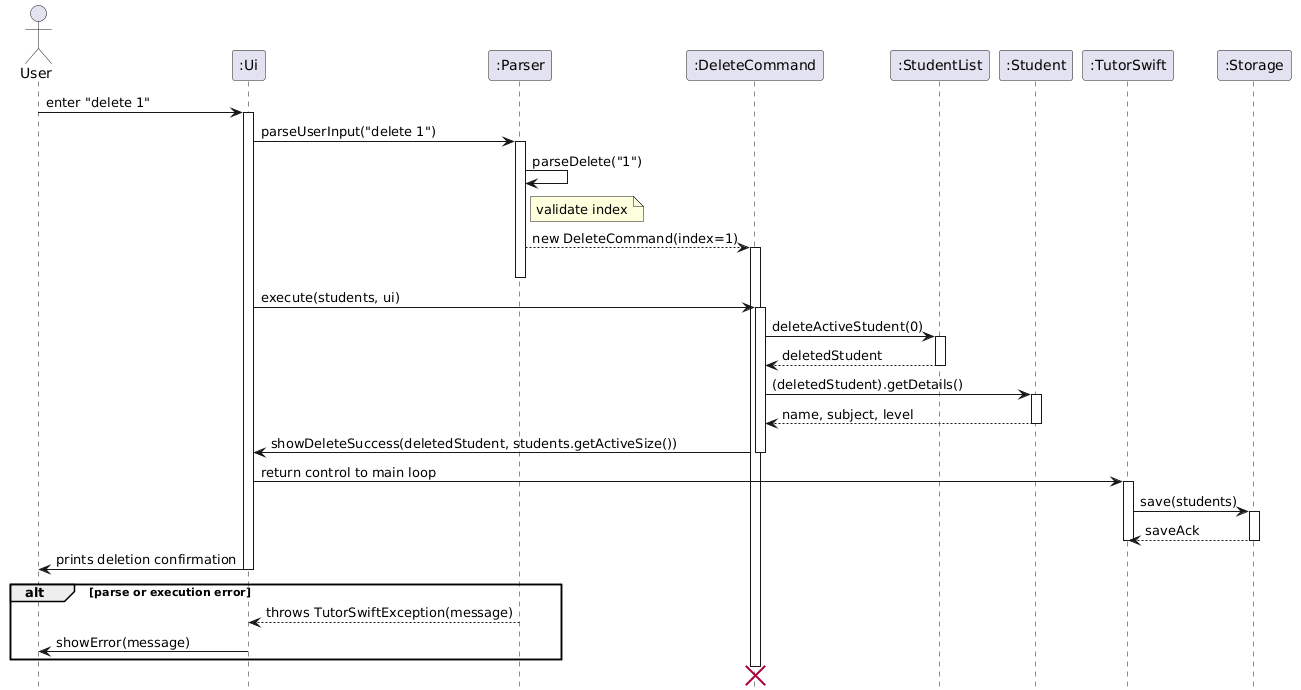
Before: docs/images/LogicSequenceDiagram.png, a diagram exported from PlantUML (gabriel-550/tp).
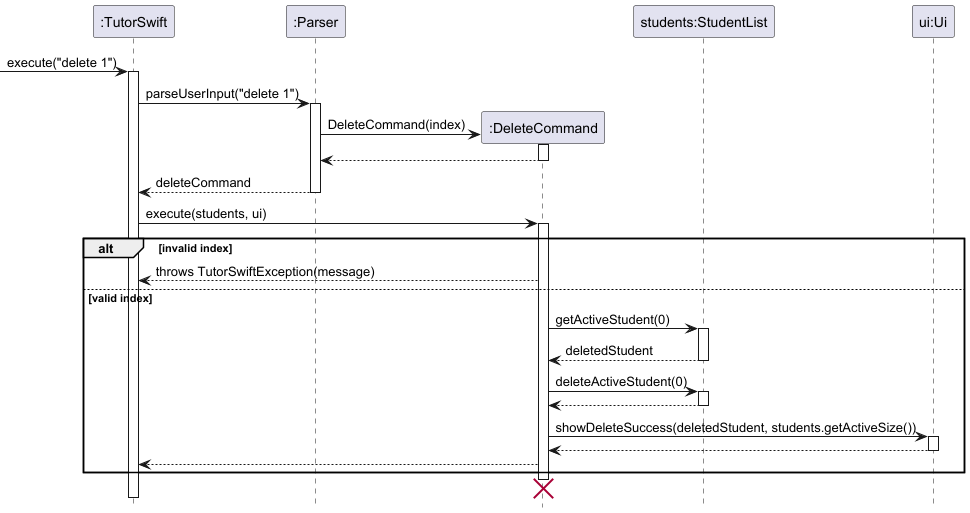
Above is the later version.

Diff of the diagram source:
```diff
@@ -1,57 +1,54 @@
 @startuml
 hide footbox
-actor User
-participant ":Ui" as UI
-participant ":Parser" as P
+skinparam ArrowFontStyle normal
+
+participant ":TutorSwift" as TS
+participant ":Parser" as Parser
 participant ":DeleteCommand" as DC
-participant ":StudentList" as SL
-participant ":Student" as S
-participant ":TutorSwift" as TS
-participant ":Storage" as ST
+participant "students:StudentList" as SL
+participant "ui:Ui" as Ui
 
-User -> UI : enter "delete 1"
-activate UI
+[-> TS : execute("delete 1")
+activate TS
 
-UI -> P : parseUserInput("delete 1")
-activate P
+TS -> Parser : parseUserInput("delete 1")
+activate Parser
 
-P -> P : parseDelete("1")
-note right of P : validate index
-P --> DC : new DeleteCommand(index=1)
+create DC
+Parser -> DC : DeleteCommand(index)
 activate DC
-deactivate P
+Parser <-- DC :
+deactivate DC
 
-UI -> DC : execute(students, ui)
+TS <-- Parser : deleteCommand
+deactivate Parser
+
+TS -> DC : execute(students, ui)
 activate DC
 
-DC -> SL : deleteActiveStudent(0)
-activate SL
-SL --> DC : deletedStudent
-deactivate SL
+alt invalid index
+    DC --> TS : throws TutorSwiftException(message)
+else valid index
+    DC -> SL : getActiveStudent(0)
+    activate SL
+    SL --> DC : deletedStudent
+    deactivate SL
 
-DC -> S : (deletedStudent).getDetails()
-activate S
-S --> DC : name, subject, level
-deactivate S
+    DC -> SL : deleteActiveStudent(0)
+    activate SL
+    SL --> DC :
+    deactivate SL
 
-DC -> UI : showDeleteSuccess(deletedStudent, students.getActiveSize())
-deactivate DC
+    DC -> Ui : showDeleteSuccess(deletedStudent, students.getActiveSize())
+    activate Ui
+    Ui --> DC :
+    deactivate Ui
 
-UI -> TS : return control to main loop
-activate TS
-TS -> ST : save(students)
-activate ST
-ST --> TS : saveAck
-deactivate ST
-deactivate TS
-
-UI -> User : prints deletion confirmation
-deactivate UI
-
-alt parse or execution error
-    P --> UI : throws TutorSwiftException(message)
-    UI -> User : showError(message)
+    DC --> TS :
 end
 
+deactivate DC
 destroy DC
+
+deactivate TS
 @enduml
```
